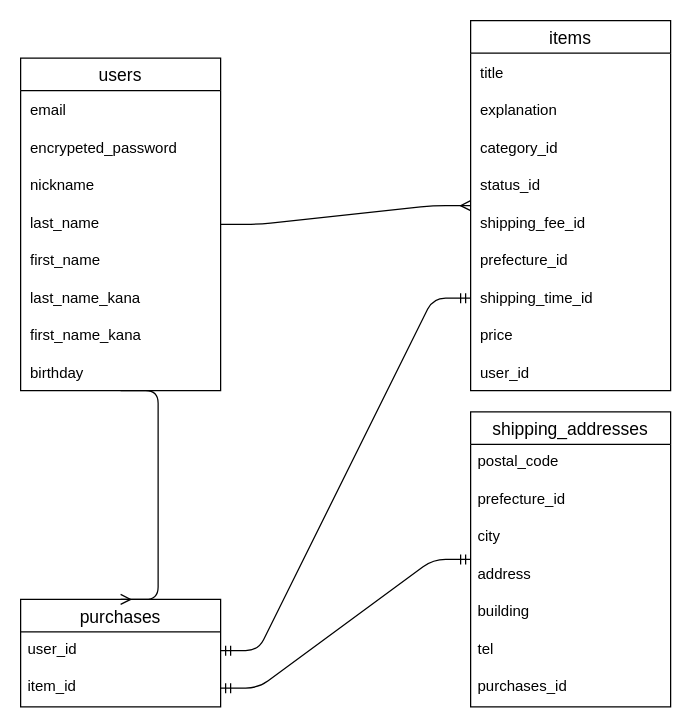
This is ER.dio from key3966/furima-37398, a draw.io file, before an edit. Source tidied: cells renumbered, new cells numbered last; positions are measured from the earlier drawing's top-left corner, leaving out a move shared by most shapes. Both pictures are drawn from the tidied source at 125%, with x=0, y=0 at pixel (20, 20).
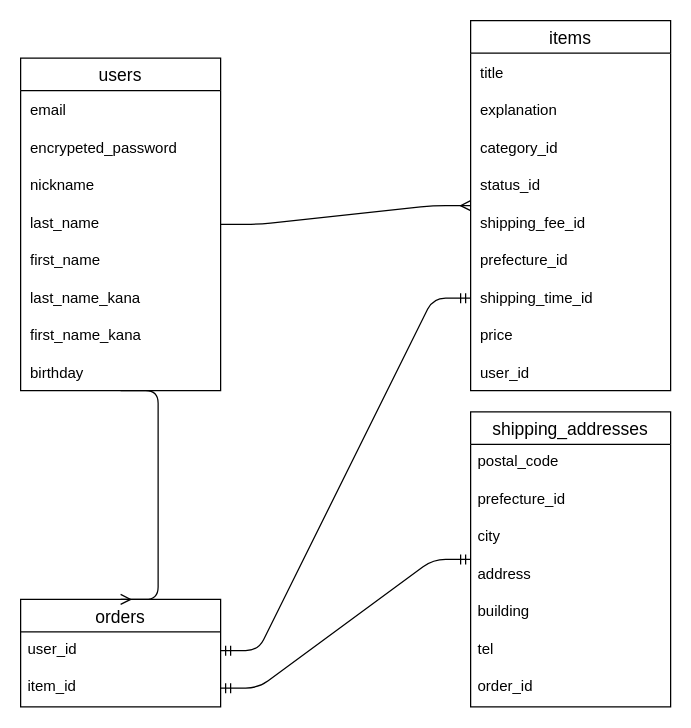
After the change.

Commit message (it also covers changes not shown here):
puchase→order名称変更

The change refers to these unchanged cells:
```xml
<mxCell id="26" value="shipping_addresses" style="swimlane;fontStyle=0;horizontal=1;startSize=26;align=center;fontSize=14;" parent="1" vertex="1">
  <mxGeometry x="360" y="313" width="160" height="236" as="geometry" />
</mxCell>
```

Change to the diagram source:
```diff
@@
-    <mxCell id="22" value="purchases" style="swimlane;fontStyle=0;horizontal=1;startSize=26;align=center;fontSize=14;" parent="1" vertex="1">
+    <mxCell id="22" value="orders" style="swimlane;fontStyle=0;horizontal=1;startSize=26;align=center;fontSize=14;" parent="1" vertex="1">
       <mxGeometry y="463" width="160" height="86" as="geometry" />
     </mxCell>
@@
-    <mxCell id="33" value="purchases_id" style="text;strokeColor=none;fillColor=none;spacingLeft=4;spacingRight=4;overflow=hidden;fontSize=12;" parent="26" vertex="1">
+    <mxCell id="33" value="order_id" style="text;strokeColor=none;fillColor=none;spacingLeft=4;spacingRight=4;overflow=hidden;fontSize=12;" parent="26" vertex="1">
       <mxGeometry y="206" width="160" height="30" as="geometry" />
     </mxCell>
```
